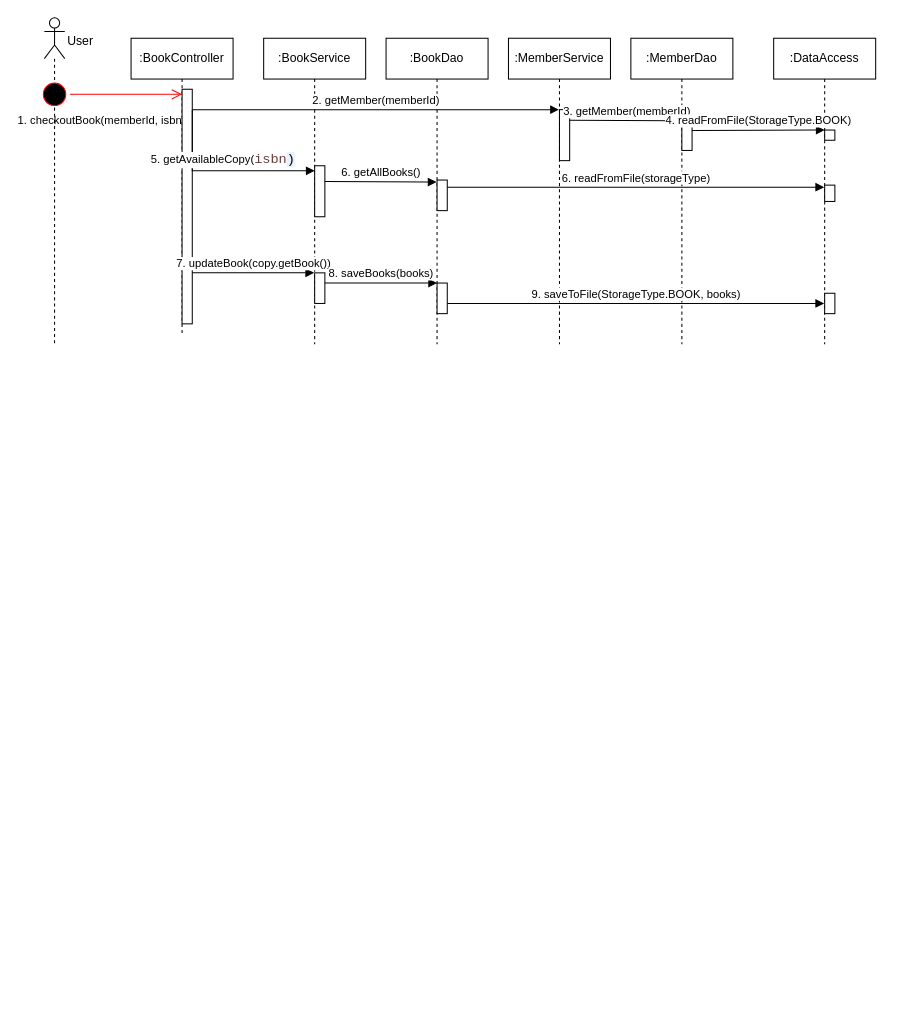
The draw.io diagram docs/sequence_checkout_search_Print.drawio in htvhuhu/library_system, before the edit. Source tidied: cells renumbered, new cells numbered last; positions are measured from the earlier drawing's top-left corner, leaving out a move shared by most shapes. Both pictures are drawn from the tidied source at 102%, with x=0, y=0 at pixel (39, 17).
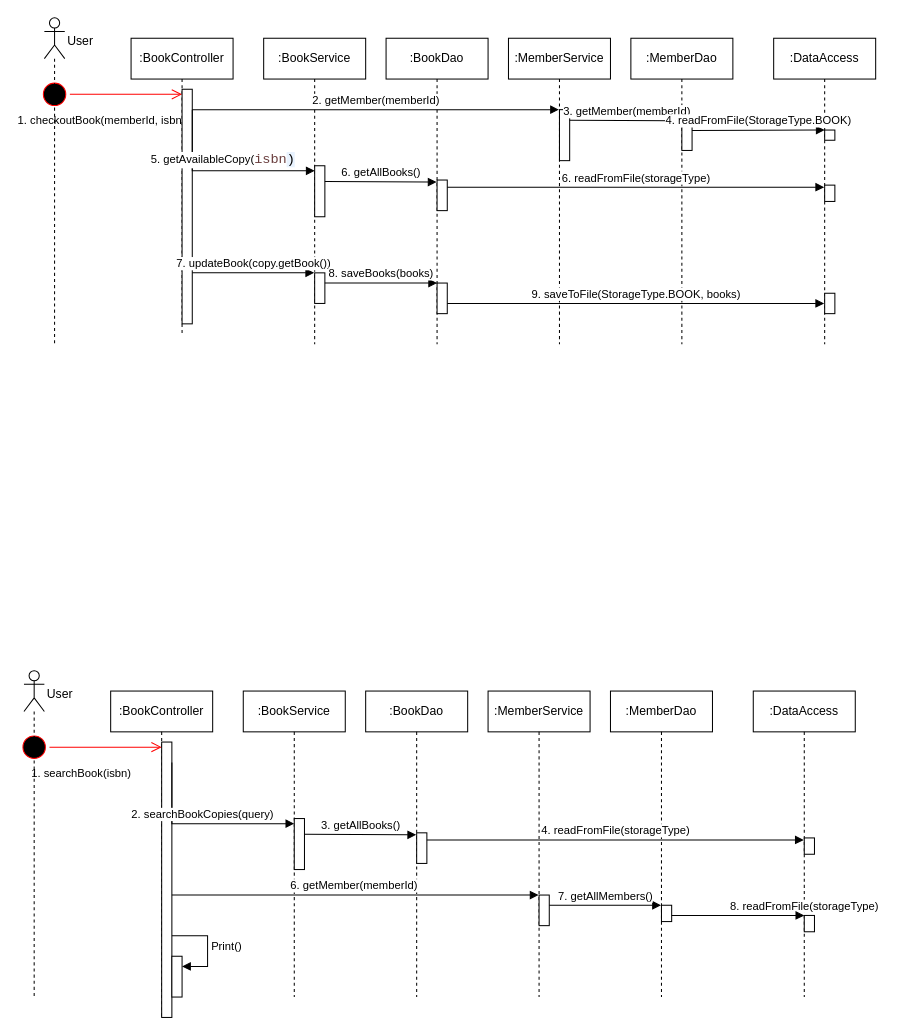
The same diagram, later.

Change to the diagram source:
```diff
@@
+    <mxCell id="32" style="ellipse;html=1;shape=startState;fillColor=#000000;strokeColor=#ff0000;" parent="1" vertex="1">
+      <mxGeometry x="-20" y="700" width="30" height="30" as="geometry" />
+    </mxCell>
+    <mxCell id="33" style="html=1;verticalAlign=bottom;endArrow=open;endSize=8;strokeColor=#ff0000;rounded=0;" parent="1" edge="1" source="32">
+      <mxGeometry relative="1" as="geometry">
+        <mxPoint x="120" y="715" as="targetPoint" />
+      </mxGeometry>
+    </mxCell>
+    <mxCell id="34" value="1. searchBook(isbn)" style="edgeLabel;html=1;align=center;verticalAlign=middle;" parent="33" vertex="1">
+      <mxGeometry x="-0.55" y="1" relative="1" as="geometry">
+        <mxPoint x="5" y="26" as="offset" />
+      </mxGeometry>
+    </mxCell>
+    <mxCell id="35" value=":BookController" style="shape=umlLifeline;perimeter=lifelinePerimeter;whiteSpace=wrap;html=1;newEdgeStyle={&quot;edgeStyle&quot;:&quot;elbowEdgeStyle&quot;,&quot;elbow&quot;:&quot;vertical&quot;,&quot;curved&quot;:0,&quot;rounded&quot;:0};" parent="1" vertex="1">
+      <mxGeometry x="70" y="660" width="100" height="320" as="geometry" />
+    </mxCell>
+    <mxCell id="36" style="html=1;perimeter=orthogonalPerimeter;targetShapes=umlLifeline;newEdgeStyle={&quot;edgeStyle&quot;:&quot;elbowEdgeStyle&quot;,&quot;elbow&quot;:&quot;vertical&quot;,&quot;curved&quot;:0,&quot;rounded&quot;:0};" parent="35" vertex="1">
+      <mxGeometry x="50" y="50" width="10" height="270" as="geometry" />
+    </mxCell>
+    <mxCell id="37" style="html=1;points=[];perimeter=orthogonalPerimeter;outlineConnect=0;targetShapes=umlLifeline;portConstraint=eastwest;newEdgeStyle={&quot;edgeStyle&quot;:&quot;elbowEdgeStyle&quot;,&quot;elbow&quot;:&quot;vertical&quot;,&quot;curved&quot;:0,&quot;rounded&quot;:0};" parent="35" vertex="1">
+      <mxGeometry x="60" y="260" width="10" height="40" as="geometry" />
+    </mxCell>
+    <mxCell id="38" value="Print()" style="html=1;align=left;spacingLeft=2;endArrow=block;rounded=0;edgeStyle=orthogonalEdgeStyle;curved=0;rounded=0;" parent="35" edge="1" target="37">
+      <mxGeometry relative="1" as="geometry">
+        <mxPoint x="60" y="240" as="sourcePoint" />
+        <Array as="points">
+          <mxPoint x="95" y="270" />
+        </Array>
+      </mxGeometry>
+    </mxCell>
+    <mxCell id="39" value=":BookService" style="shape=umlLifeline;perimeter=lifelinePerimeter;whiteSpace=wrap;html=1;newEdgeStyle={&quot;edgeStyle&quot;:&quot;elbowEdgeStyle&quot;,&quot;elbow&quot;:&quot;vertical&quot;,&quot;curved&quot;:0,&quot;rounded&quot;:0};" parent="1" vertex="1">
+      <mxGeometry x="200" y="660" width="100" height="300" as="geometry" />
+    </mxCell>
+    <mxCell id="40" style="html=1;perimeter=orthogonalPerimeter;targetShapes=umlLifeline;newEdgeStyle={&quot;edgeStyle&quot;:&quot;elbowEdgeStyle&quot;,&quot;elbow&quot;:&quot;vertical&quot;,&quot;curved&quot;:0,&quot;rounded&quot;:0};" parent="39" vertex="1">
+      <mxGeometry x="50" y="125" width="10" height="50" as="geometry" />
+    </mxCell>
+    <mxCell id="41" value=":MemberService" style="shape=umlLifeline;perimeter=lifelinePerimeter;whiteSpace=wrap;html=1;outlineConnect=0;portConstraint=eastwest;newEdgeStyle={&quot;edgeStyle&quot;:&quot;elbowEdgeStyle&quot;,&quot;elbow&quot;:&quot;vertical&quot;,&quot;curved&quot;:0,&quot;rounded&quot;:0};" parent="1" vertex="1">
+      <mxGeometry x="440" y="660" width="100" height="300" as="geometry" />
+    </mxCell>
+    <mxCell id="42" style="html=1;perimeter=orthogonalPerimeter;targetShapes=umlLifeline;newEdgeStyle={&quot;edgeStyle&quot;:&quot;elbowEdgeStyle&quot;,&quot;elbow&quot;:&quot;vertical&quot;,&quot;curved&quot;:0,&quot;rounded&quot;:0};" parent="41" vertex="1">
+      <mxGeometry x="50" y="200" width="10" height="30" as="geometry" />
+    </mxCell>
+    <mxCell id="43" value=":BookDao" style="shape=umlLifeline;perimeter=lifelinePerimeter;whiteSpace=wrap;html=1;outlineConnect=0;portConstraint=eastwest;newEdgeStyle={&quot;edgeStyle&quot;:&quot;elbowEdgeStyle&quot;,&quot;elbow&quot;:&quot;vertical&quot;,&quot;curved&quot;:0,&quot;rounded&quot;:0};" parent="1" vertex="1">
+      <mxGeometry x="320" y="660" width="100" height="300" as="geometry" />
+    </mxCell>
+    <mxCell id="44" style="html=1;perimeter=orthogonalPerimeter;targetShapes=umlLifeline;newEdgeStyle={&quot;edgeStyle&quot;:&quot;elbowEdgeStyle&quot;,&quot;elbow&quot;:&quot;vertical&quot;,&quot;curved&quot;:0,&quot;rounded&quot;:0};" parent="43" vertex="1">
+      <mxGeometry x="50" y="139" width="10" height="30" as="geometry" />
+    </mxCell>
+    <mxCell id="45" value=":MemberDao" style="shape=umlLifeline;perimeter=lifelinePerimeter;whiteSpace=wrap;html=1;outlineConnect=0;portConstraint=eastwest;newEdgeStyle={&quot;edgeStyle&quot;:&quot;elbowEdgeStyle&quot;,&quot;elbow&quot;:&quot;vertical&quot;,&quot;curved&quot;:0,&quot;rounded&quot;:0};" parent="1" vertex="1">
+      <mxGeometry x="560" y="660" width="100" height="300" as="geometry" />
+    </mxCell>
+    <mxCell id="46" style="shape=umlLifeline;perimeter=lifelinePerimeter;whiteSpace=wrap;html=1;newEdgeStyle={&quot;edgeStyle&quot;:&quot;elbowEdgeStyle&quot;,&quot;elbow&quot;:&quot;vertical&quot;,&quot;curved&quot;:0,&quot;rounded&quot;:0};participant=umlActor;" parent="1" vertex="1">
+      <mxGeometry x="-15" y="640" width="20" height="320" as="geometry" />
+    </mxCell>
+    <mxCell id="47" value="User" style="text;html=1;align=center;verticalAlign=middle;strokeColor=none;fillColor=none;" parent="1" vertex="1">
+      <mxGeometry x="-5" y="648" width="50" height="30" as="geometry" />
+    </mxCell>
+    <mxCell id="48" value=":DataAccess" style="shape=umlLifeline;perimeter=lifelinePerimeter;whiteSpace=wrap;html=1;newEdgeStyle={&quot;edgeStyle&quot;:&quot;elbowEdgeStyle&quot;,&quot;elbow&quot;:&quot;vertical&quot;,&quot;curved&quot;:0,&quot;rounded&quot;:0};" parent="1" vertex="1">
+      <mxGeometry x="700" y="660" width="100" height="300" as="geometry" />
+    </mxCell>
+    <mxCell id="49" style="html=1;perimeter=orthogonalPerimeter;targetShapes=umlLifeline;newEdgeStyle={&quot;edgeStyle&quot;:&quot;elbowEdgeStyle&quot;,&quot;elbow&quot;:&quot;vertical&quot;,&quot;curved&quot;:0,&quot;rounded&quot;:0};" parent="48" vertex="1">
+      <mxGeometry x="50" y="144" width="10" height="16" as="geometry" />
+    </mxCell>
+    <mxCell id="50" value="2. searchBookCopies(query)" style="html=1;verticalAlign=bottom;endArrow=block;edgeStyle=elbowEdgeStyle;elbow=vertical;curved=0;rounded=0;" parent="1" edge="1">
+      <mxGeometry relative="1" as="geometry">
+        <mxPoint x="130" y="730" as="sourcePoint" />
+        <mxPoint x="250" y="790" as="targetPoint" />
+        <Array as="points">
+          <mxPoint x="190" y="790" />
+        </Array>
+      </mxGeometry>
+    </mxCell>
+    <mxCell id="51" value="3.&amp;nbsp;getAllBooks()&lt;div style=&quot;padding: 0px 0px 0px 2px;&quot;&gt;&lt;div style=&quot;font-family: Consolas; font-size: 10pt;&quot;&gt;&lt;p style=&quot;background-color:#e8f2fe;margin:0;&quot;&gt;&lt;span style=&quot;color:#0000c0;&quot;&gt;&lt;/span&gt;&lt;/p&gt;&lt;/div&gt;&lt;/div&gt;" style="html=1;verticalAlign=bottom;endArrow=block;edgeStyle=elbowEdgeStyle;elbow=vertical;curved=0;rounded=0;" parent="1" edge="1" target="43">
+      <mxGeometry relative="1" as="geometry">
+        <mxPoint x="260" y="800.5" as="sourcePoint" />
+      </mxGeometry>
+    </mxCell>
+    <mxCell id="52" value="4. readFromFile(storageType)&lt;div style=&quot;padding: 0px 0px 0px 2px;&quot;&gt;&lt;div style=&quot;font-family: Consolas; font-size: 10pt;&quot;&gt;&lt;p style=&quot;background-color:#e8f2fe;margin:0;&quot;&gt;&lt;span style=&quot;text-decoration-line: underline; text-decoration-color: rgb(244, 200, 45); text-decoration-style: wavy;&quot;&gt;&lt;/span&gt;&lt;/p&gt;&lt;/div&gt;&lt;/div&gt;" style="html=1;verticalAlign=bottom;endArrow=block;edgeStyle=elbowEdgeStyle;elbow=vertical;curved=0;rounded=0;" parent="1" edge="1">
+      <mxGeometry relative="1" as="geometry">
+        <mxPoint x="380" y="806" as="sourcePoint" />
+        <mxPoint x="749.5" y="806.1" as="targetPoint" />
+      </mxGeometry>
+    </mxCell>
+    <mxCell id="53" value="6. getMember(memberId)&amp;nbsp;" style="html=1;verticalAlign=bottom;endArrow=block;edgeStyle=elbowEdgeStyle;elbow=vertical;curved=0;rounded=0;" parent="1" edge="1" target="41">
+      <mxGeometry relative="1" as="geometry">
+        <mxPoint x="130" y="860" as="sourcePoint" />
+        <Array as="points">
+          <mxPoint x="190" y="860" />
+        </Array>
+      </mxGeometry>
+    </mxCell>
+    <mxCell id="54" value="7. getAllMembers()" style="html=1;verticalAlign=bottom;endArrow=block;edgeStyle=elbowEdgeStyle;elbow=vertical;curved=0;rounded=0;" parent="1" edge="1" target="45">
+      <mxGeometry relative="1" as="geometry">
+        <mxPoint x="500" y="870" as="sourcePoint" />
+      </mxGeometry>
+    </mxCell>
+    <mxCell id="55" value="8. readFromFile(storageType)&lt;div style=&quot;padding: 0px 0px 0px 2px;&quot;&gt;&lt;div style=&quot;font-family: Consolas; font-size: 10pt;&quot;&gt;&lt;p style=&quot;background-color:#e8f2fe;margin:0;&quot;&gt;&lt;span style=&quot;text-decoration-line: underline; text-decoration-color: rgb(244, 200, 45); text-decoration-style: wavy;&quot;&gt;&lt;/span&gt;&lt;/p&gt;&lt;/div&gt;&lt;/div&gt;" style="html=1;verticalAlign=bottom;endArrow=block;edgeStyle=elbowEdgeStyle;elbow=vertical;curved=0;rounded=0;" parent="1" edge="1" source="57">
+      <mxGeometry relative="1" as="geometry">
+        <mxPoint x="750" y="880" as="targetPoint" />
+      </mxGeometry>
+    </mxCell>
+    <mxCell id="56" style="html=1;verticalAlign=bottom;endArrow=block;edgeStyle=elbowEdgeStyle;elbow=vertical;curved=0;rounded=0;" parent="1" edge="1" target="57">
+      <mxGeometry relative="1" as="geometry">
+        <mxPoint x="610" y="880" as="sourcePoint" />
+      </mxGeometry>
+    </mxCell>
+    <mxCell id="57" style="html=1;points=[];perimeter=orthogonalPerimeter;outlineConnect=0;targetShapes=umlLifeline;portConstraint=eastwest;newEdgeStyle={&quot;edgeStyle&quot;:&quot;elbowEdgeStyle&quot;,&quot;elbow&quot;:&quot;vertical&quot;,&quot;curved&quot;:0,&quot;rounded&quot;:0};" parent="1" vertex="1">
+      <mxGeometry x="750" y="880" width="10" height="16" as="geometry" />
+    </mxCell>
+    <mxCell id="58" style="html=1;perimeter=orthogonalPerimeter;targetShapes=umlLifeline;newEdgeStyle={&quot;edgeStyle&quot;:&quot;elbowEdgeStyle&quot;,&quot;elbow&quot;:&quot;vertical&quot;,&quot;curved&quot;:0,&quot;rounded&quot;:0};" parent="1" vertex="1">
+      <mxGeometry x="610" y="870" width="10" height="16" as="geometry" />
+    </mxCell>
```
